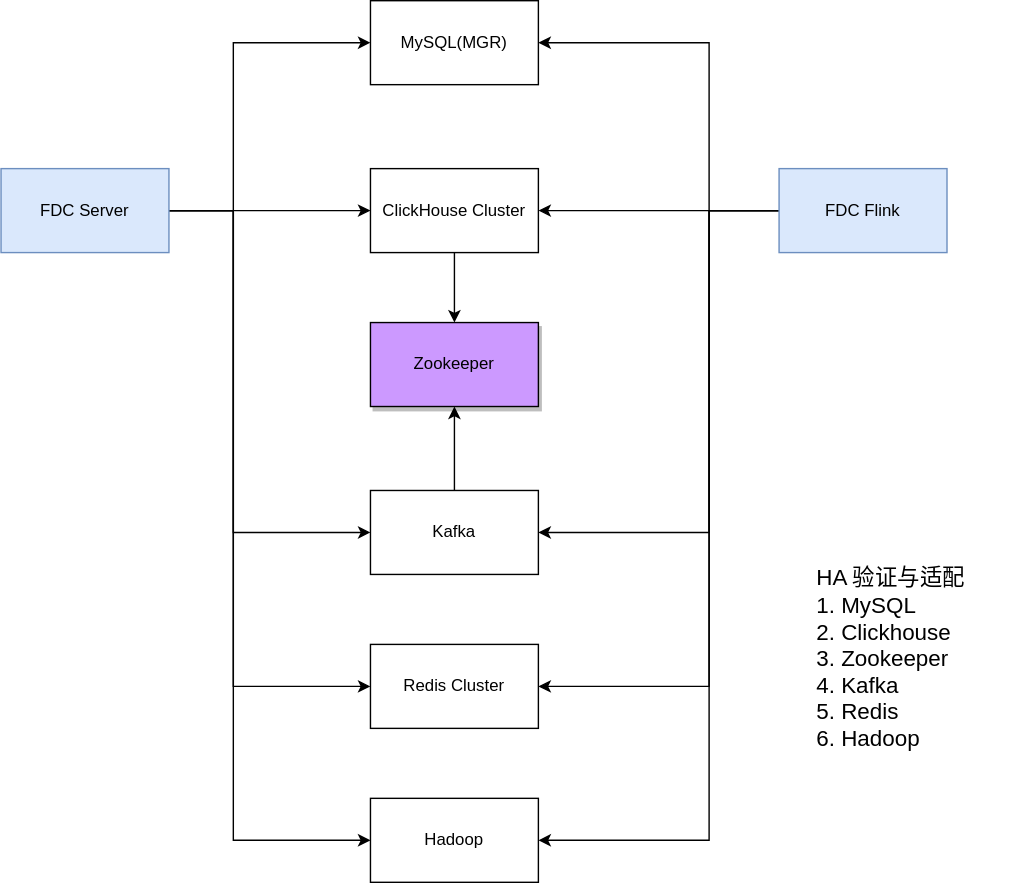
This is FDC分布式集群方案.drawio.svg from siyawu/draw, a draw.io export, as it was before one commit. Source tidied: cells renumbered, new cells last; positions are measured from the earlier drawing's top-left corner, leaving out a move shared by most shapes.
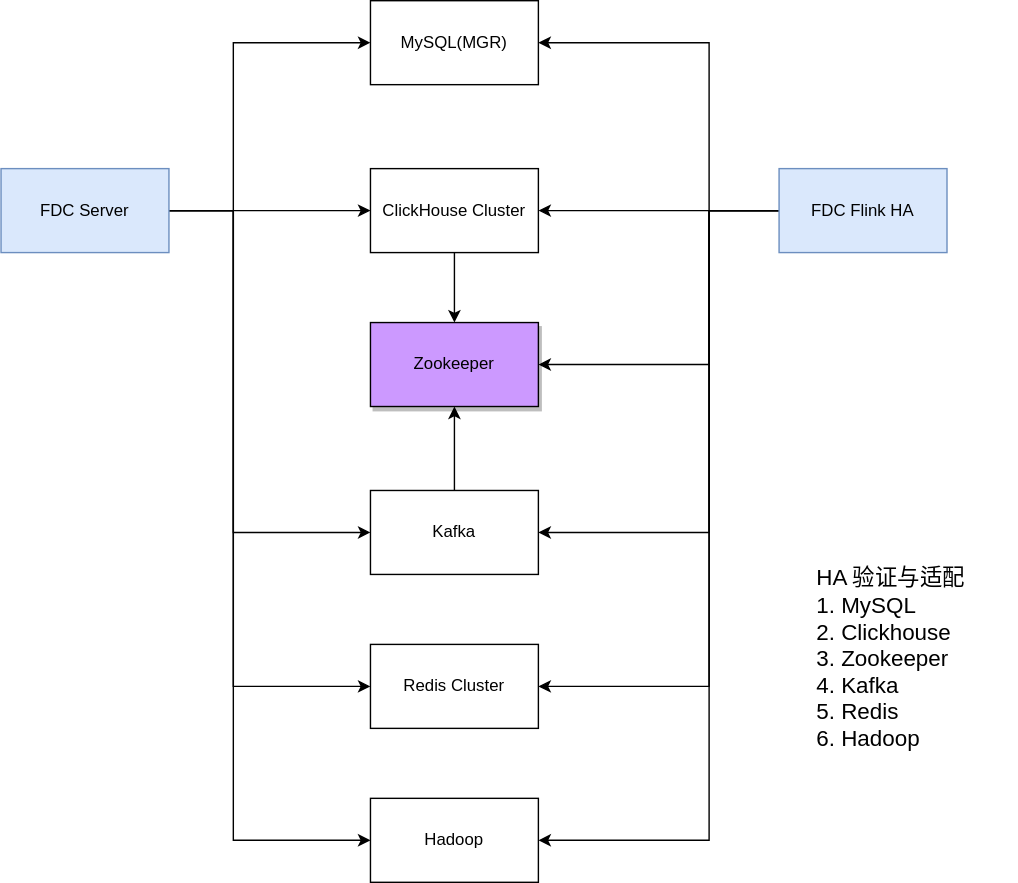
After the change.

Commit message:
更新FDC分布式集群方案.drawio.svg

What changed in the source:
```diff
@@ -96,7 +96,15 @@
         </Array>
       </mxGeometry>
     </mxCell>
+    <mxCell id="23" style="edgeStyle=orthogonalEdgeStyle;rounded=0;jettySize=auto;html=1;entryX=1;entryY=0.5;entryDx=0;entryDy=0;fontSize=16;" parent="1" edge="1" source="20" target="8">
+      <mxGeometry relative="1" as="geometry">
+        <Array as="points">
+          <mxPoint x="506" y="150" />
+          <mxPoint x="506" y="260" />
+        </Array>
+      </mxGeometry>
+    </mxCell>
-    <mxCell id="20" value="FDC Flink" style="rounded=0;whiteSpace=wrap;html=1;fillColor=#dae8fc;strokeColor=#6c8ebf;" parent="1" vertex="1">
+    <mxCell id="20" value="FDC Flink HA" style="rounded=0;whiteSpace=wrap;html=1;fillColor=#dae8fc;strokeColor=#6c8ebf;" parent="1" vertex="1">
       <mxGeometry x="556" y="120" width="120" height="60" as="geometry" />
     </mxCell>
     <mxCell id="21" value="Hadoop" style="rounded=0;whiteSpace=wrap;html=1;" parent="1" vertex="1">
```
